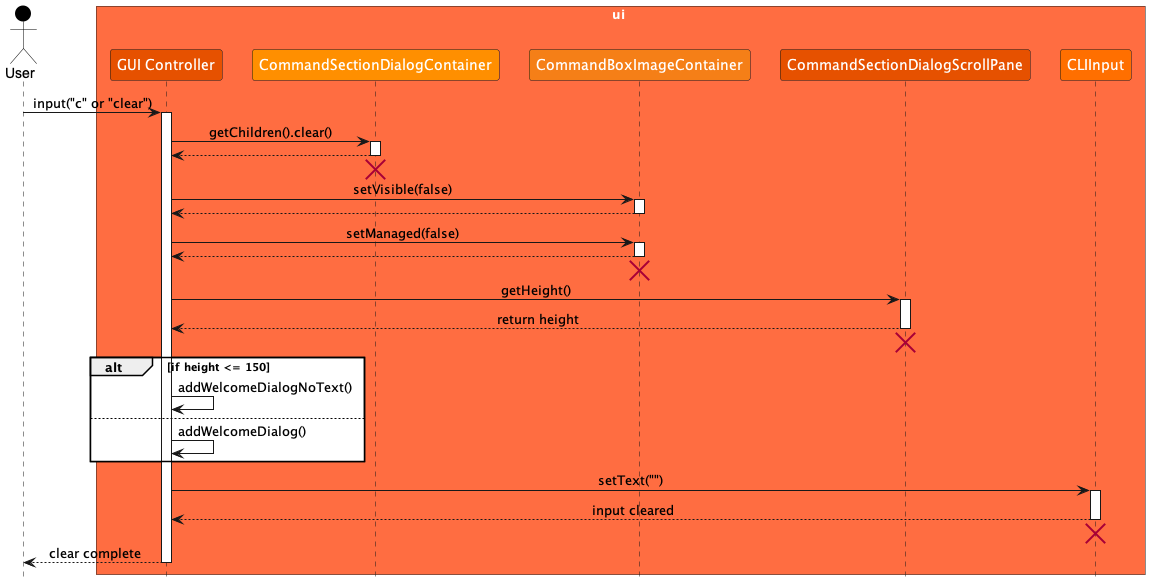
Earlier version of the PlantUML export docs/images/ClearTerminalSequenceDiagram.png (Emberlynn-Loo/tp).
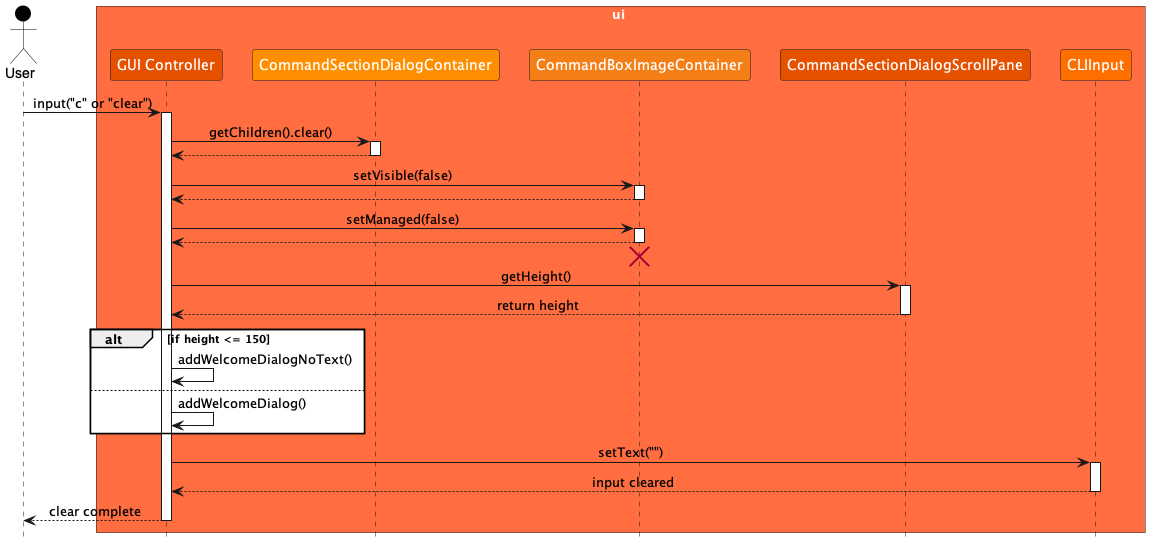
The same diagram one commit later.

The edit, as a diff of the source:
```diff
@@ -24,8 +24,7 @@
 activate dialogContainer
 dialogContainer --> controller
 deactivate dialogContainer
-dialogContainer --[hidden]> controller :
-destroy dialogContainer
+
 
 controller -> imageContainer : setVisible(false)
 activate imageContainer
@@ -43,8 +42,7 @@
 activate scrollPane
 scrollPane --> controller : return height
 deactivate scrollPane
-scrollPane --[hidden]> controller :
-destroy scrollPane
+
 
 alt if height <= 150
     controller -> controller : addWelcomeDialogNoText()
@@ -56,8 +54,6 @@
 activate cliInput
 cliInput --> controller : input cleared
 deactivate cliInput
-cliInput --[hidden]> controller :
-destroy cliInput
 
 controller --> user : clear complete
 deactivate controller
```
